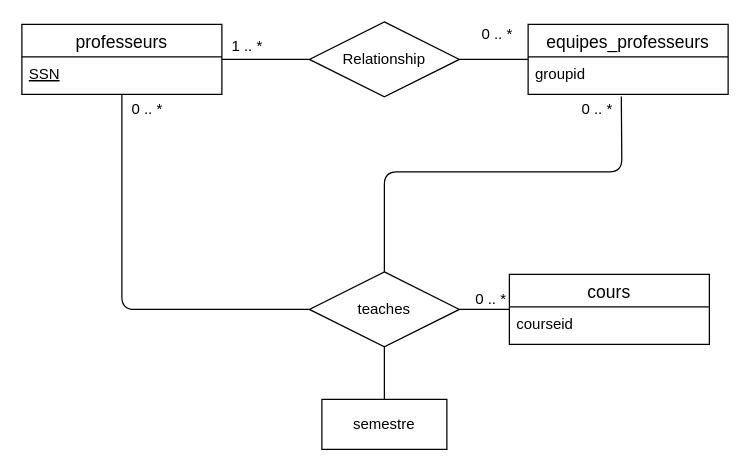
Above: page "Q6" (6 of 6) of model er/er.drawio in sbeda010/csi2532_playground (draw.io), before the change. Source tidied: cells renumbered, new cells numbered last; positions are measured from the earlier drawing's top-left corner, leaving out a move shared by most shapes. Both pictures are drawn from the tidied source at 125%, with x=0, y=0 at pixel (21, 21).
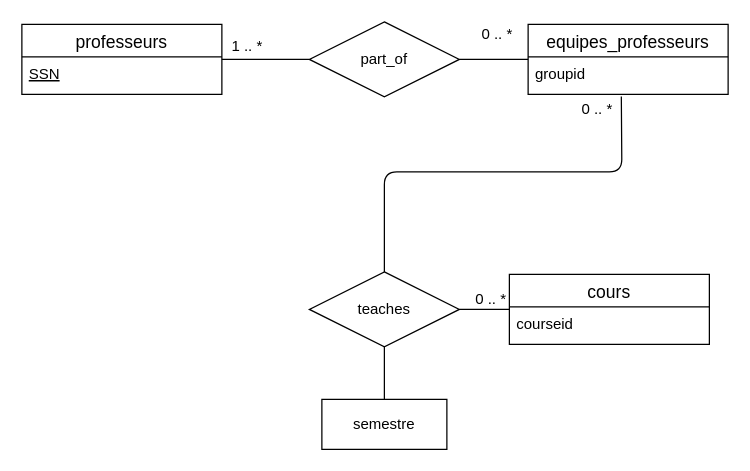
The same page after the edit.

The change refers to these unchanged cells:
```xml
<mxCell id="2" value="teaches" style="shape=rhombus;perimeter=rhombusPerimeter;whiteSpace=wrap;html=1;align=center;" parent="1" vertex="1">
  <mxGeometry x="230" y="200" width="120" height="60" as="geometry" />
</mxCell>
<mxCell id="4" value="SSN" style="text;strokeColor=none;fillColor=none;spacingLeft=4;spacingRight=4;overflow=hidden;points=[[0,0.5],[1,0.5]];portConstraint=eastwest;fontSize=12;fontStyle=4;" parent="3" vertex="1">
  <mxGeometry y="26" width="160" height="30" as="geometry" />
</mxCell>
```

What changed in the source:
```diff
@@
-    <mxCell id="11" value="Relationship" style="shape=rhombus;perimeter=rhombusPerimeter;whiteSpace=wrap;html=1;align=center;" parent="1" vertex="1">
+    <mxCell id="11" value="part_of" style="shape=rhombus;perimeter=rhombusPerimeter;whiteSpace=wrap;html=1;align=center;" parent="1" vertex="1">
       <mxGeometry x="230" width="120" height="60" as="geometry" />
     </mxCell>
@@
-    <mxCell id="18" style="endArrow=none;html=1;exitX=0;exitY=0.5;exitDx=0;exitDy=0;" parent="1" edge="1" source="2" target="4">
-      <mxGeometry relative="1" as="geometry">
-        <Array as="points">
-          <mxPoint x="80" y="230" />
-        </Array>
-      </mxGeometry>
-    </mxCell>
@@
-    <mxCell id="20" value="0 .. *" style="text;html=1;align=center;verticalAlign=middle;" parent="1" vertex="1">
-      <mxGeometry x="80" y="60" width="40" height="20" as="geometry" />
-    </mxCell>
```
